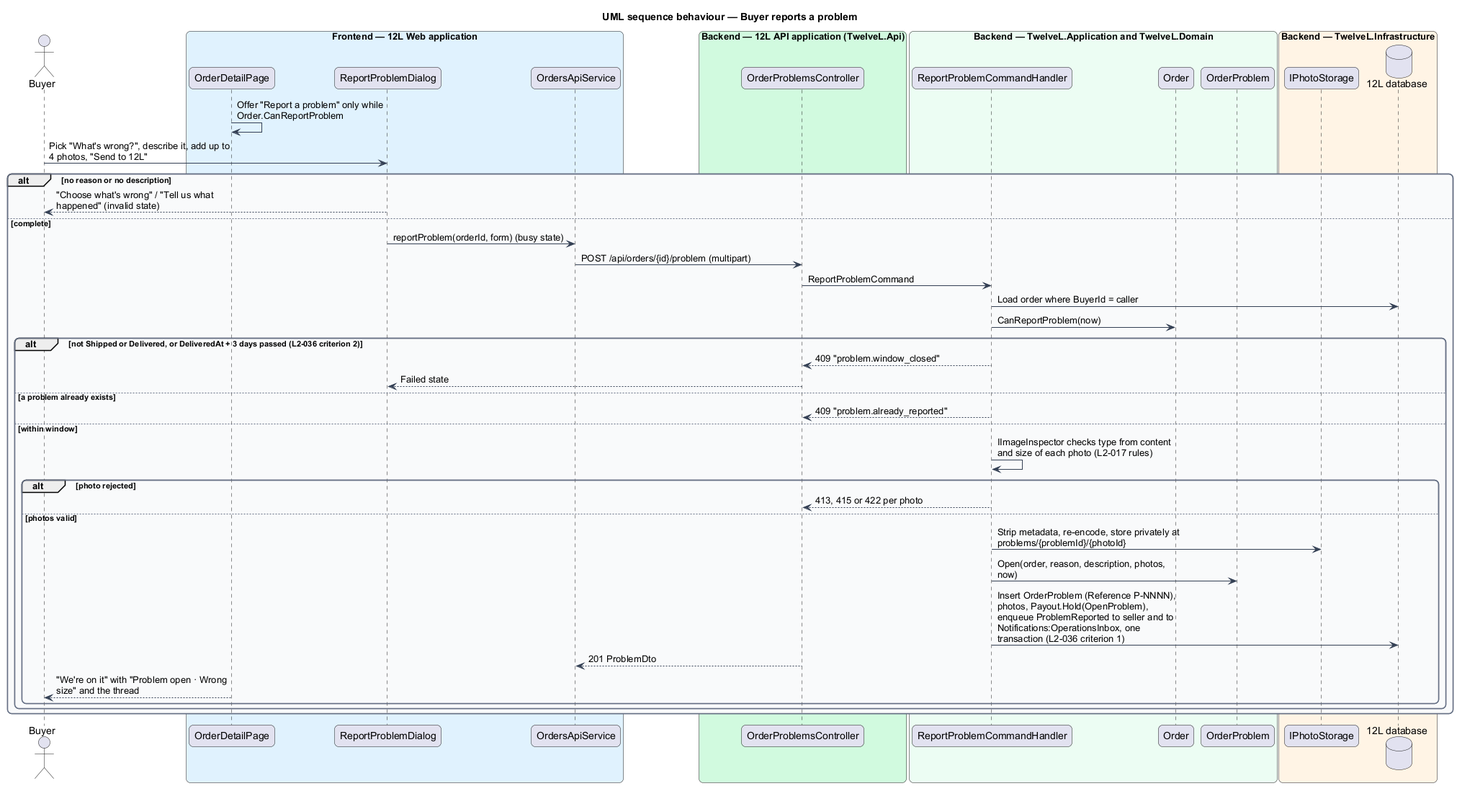
Before: docs/detailed-designs/orders/resolve-order-problems/diagrams/sequence-report-problem.png, a diagram exported from PlantUML (QuinntyneBrown/12l).
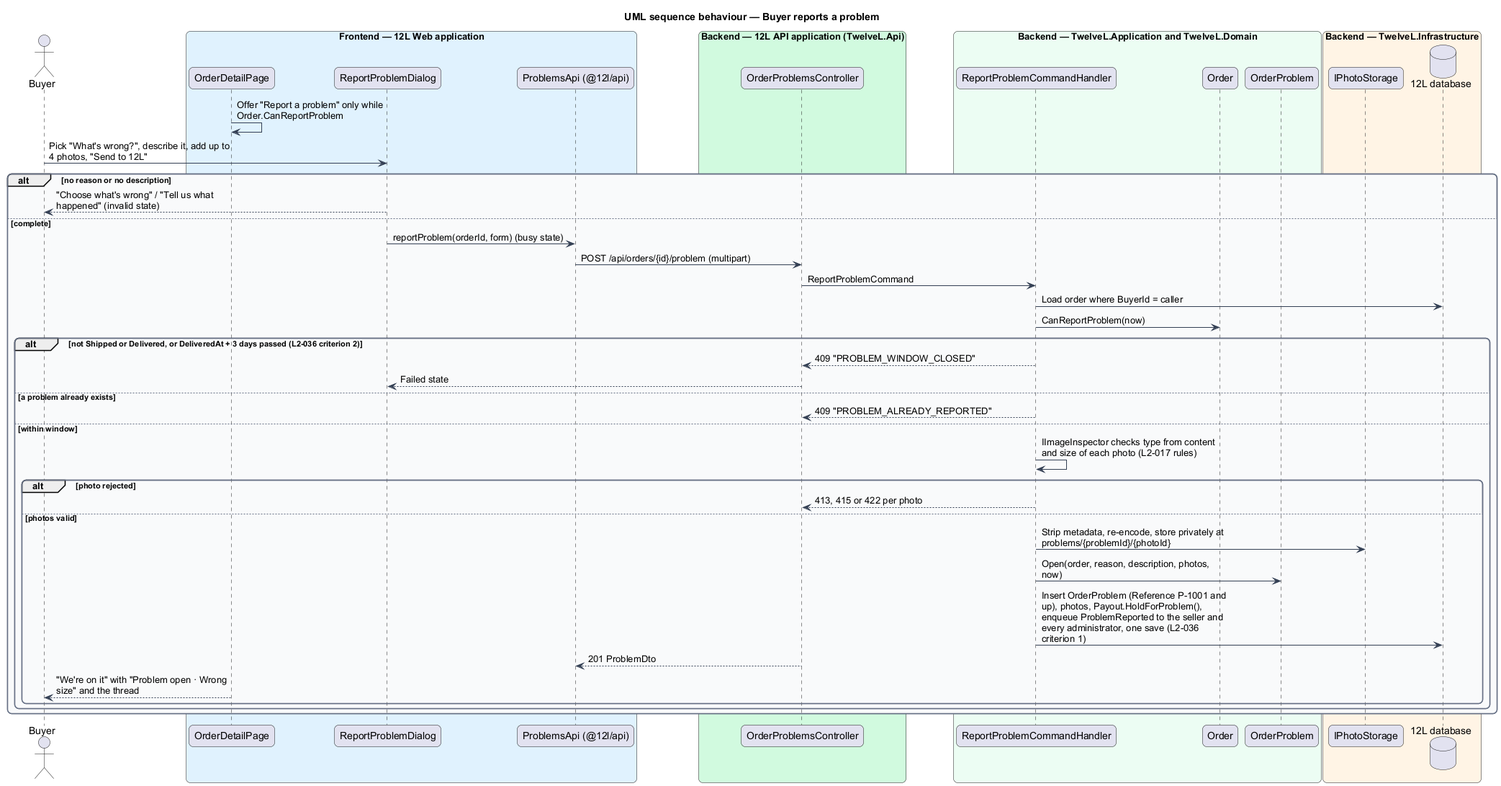
After the change.

What changed in the source:
```diff
@@ -20,7 +20,7 @@
 box "Frontend — 12L Web application" #E0F2FE
   participant "OrderDetailPage" as page
   participant "ReportProblemDialog" as dlg
-  participant "OrdersApiService" as client
+  participant "ProblemsApi (@12l/api)" as client
 end box
 box "Backend — 12L API application (TwelveL.Api)" #D1FADF
   participant "OrderProblemsController" as ctrl
@@ -45,10 +45,10 @@
   h -> db : Load order where BuyerId = caller
   h -> order : CanReportProblem(now)
   alt not Shipped or Delivered, or DeliveredAt + 3 days passed (L2-036 criterion 2)
-    h --> ctrl : 409 "problem.window_closed"
+    h --> ctrl : 409 "PROBLEM_WINDOW_CLOSED"
     ctrl --> dlg : Failed state
   else a problem already exists
-    h --> ctrl : 409 "problem.already_reported"
+    h --> ctrl : 409 "PROBLEM_ALREADY_REPORTED"
   else within window
     h -> h : IImageInspector checks type from content and size of each photo (L2-017 rules)
     alt photo rejected
@@ -56,7 +56,7 @@
     else photos valid
       h -> store : Strip metadata, re-encode, store privately at problems/{problemId}/{photoId}
       h -> prob : Open(order, reason, description, photos, now)
-      h -> db : Insert OrderProblem (Reference P-NNNN), photos, Payout.Hold(OpenProblem), enqueue ProblemReported to seller and to Notifications:OperationsInbox, one transaction (L2-036 criterion 1)
+      h -> db : Insert OrderProblem (Reference P-1001 and up), photos, Payout.HoldForProblem(), enqueue ProblemReported to the seller and every administrator, one save (L2-036 criterion 1)
       ctrl --> client : 201 ProblemDto
       page --> actor : "We're on it" with "Problem open · Wrong size" and the thread
     end
```
